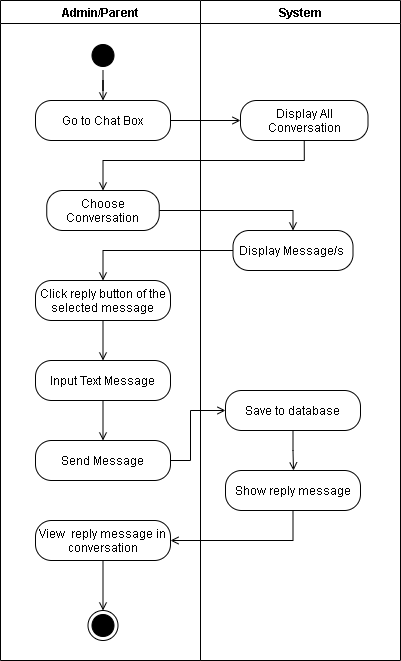
Earlier version of the draw.io export REVISIONS/UML-DIAGRAMS/6-28-2021/ACTIVITY DIAGRAM/30-Reply Message.png (mrklglsn/CAPSTONE-FILES). Source tidied: cells renumbered, new cells last; positions are measured from the earlier drawing's top-left corner, leaving out a move shared by most shapes.
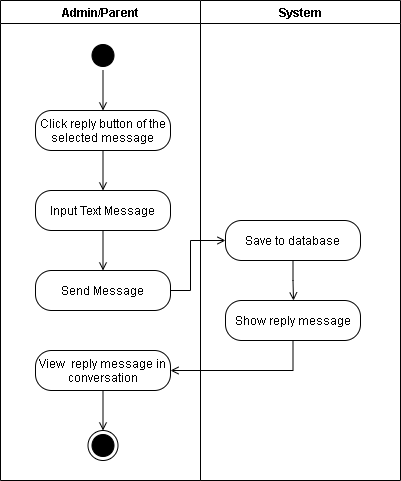
Later version of the same file.

What changed in the source:
```diff
@@ -3,28 +3,22 @@
     <mxCell id="0" />
     <mxCell id="1" parent="0" />
     <mxCell id="2" value="Admin/Parent" style="swimlane;" parent="1" vertex="1">
-      <mxGeometry width="200" height="660" as="geometry" />
+      <mxGeometry width="200" height="480" as="geometry" />
     </mxCell>
-    <mxCell id="3" value="Go to Chat Box" style="rounded=1;whiteSpace=wrap;html=1;arcSize=40;" parent="2" vertex="1">
-      <mxGeometry x="35" y="100" width="135" height="40" as="geometry" />
-    </mxCell>
-    <mxCell id="4" style="edgeStyle=orthogonalEdgeStyle;rounded=0;jettySize=auto;html=1;endArrow=open;endFill=0;entryX=0.5;entryY=0;entryDx=0;entryDy=0;" parent="2" edge="1" source="5" target="3">
+    <mxCell id="4" style="edgeStyle=orthogonalEdgeStyle;rounded=0;jettySize=auto;html=1;endArrow=open;endFill=0;" parent="2" edge="1" source="5" target="8">
       <mxGeometry relative="1" as="geometry" />
     </mxCell>
     <mxCell id="5" style="ellipse;html=1;shape=startState;fillColor=#000000;" parent="2" vertex="1">
       <mxGeometry x="87.5" y="40" width="30" height="30" as="geometry" />
     </mxCell>
-    <mxCell id="6" value="Choose Conversation" style="rounded=1;whiteSpace=wrap;html=1;arcSize=40;" parent="2" vertex="1">
-      <mxGeometry x="46.2" y="190" width="112.5" height="40" as="geometry" />
-    </mxCell>
     <mxCell id="7" style="edgeStyle=orthogonalEdgeStyle;rounded=0;jettySize=auto;html=1;exitX=0.5;exitY=1;exitDx=0;exitDy=0;endArrow=open;endFill=0;" parent="2" edge="1" source="8" target="14">
       <mxGeometry relative="1" as="geometry" />
     </mxCell>
     <mxCell id="8" value="Click reply button of the selected message" style="rounded=1;whiteSpace=wrap;html=1;arcSize=40;" parent="2" vertex="1">
-      <mxGeometry x="35" y="280" width="135" height="40" as="geometry" />
+      <mxGeometry x="35" y="110" width="135" height="40" as="geometry" />
     </mxCell>
     <mxCell id="9" value="Send Message" style="rounded=1;whiteSpace=wrap;html=1;arcSize=40;" parent="2" vertex="1">
-      <mxGeometry x="35" y="440" width="135" height="40" as="geometry" />
+      <mxGeometry x="35" y="270" width="135" height="40" as="geometry" />
     </mxCell>
     <mxCell id="10" style="edgeStyle=orthogonalEdgeStyle;rounded=0;jettySize=auto;html=1;entryX=0.5;entryY=0;entryDx=0;entryDy=0;endArrow=open;endFill=0;exitX=0.5;exitY=1;exitDx=0;exitDy=0;" parent="2" edge="1" source="14" target="9">
       <mxGeometry relative="1" as="geometry" />
@@ -33,57 +27,34 @@
       <mxGeometry relative="1" as="geometry" />
     </mxCell>
     <mxCell id="12" value="View&amp;nbsp; reply message in conversation" style="rounded=1;whiteSpace=wrap;html=1;arcSize=40;" parent="2" vertex="1">
-      <mxGeometry x="35" y="520" width="135" height="40" as="geometry" />
+      <mxGeometry x="35" y="350" width="135" height="40" as="geometry" />
     </mxCell>
     <mxCell id="13" style="ellipse;html=1;shape=endState;fillColor=#000000;rounded=1;" parent="2" vertex="1">
-      <mxGeometry x="87.5" y="610" width="30" height="30" as="geometry" />
+      <mxGeometry x="87.5" y="430" width="30" height="30" as="geometry" />
     </mxCell>
     <mxCell id="14" value="Input Text Message" style="rounded=1;whiteSpace=wrap;html=1;arcSize=40;" parent="2" vertex="1">
-      <mxGeometry x="35" y="360" width="135" height="40" as="geometry" />
+      <mxGeometry x="35" y="190" width="135" height="40" as="geometry" />
     </mxCell>
     <mxCell id="15" value="System" style="swimlane;" parent="1" vertex="1">
-      <mxGeometry x="200" width="200" height="660" as="geometry" />
+      <mxGeometry x="200" width="200" height="480" as="geometry" />
     </mxCell>
-    <mxCell id="16" value="Display All Conversation" style="rounded=1;whiteSpace=wrap;html=1;arcSize=40;" parent="15" vertex="1">
-      <mxGeometry x="40" y="100" width="127.5" height="40" as="geometry" />
-    </mxCell>
     <mxCell id="17" value="Save to database" style="rounded=1;whiteSpace=wrap;html=1;arcSize=40;" parent="15" vertex="1">
-      <mxGeometry x="25" y="390" width="135" height="40" as="geometry" />
+      <mxGeometry x="25" y="220" width="135" height="40" as="geometry" />
     </mxCell>
-    <mxCell id="18" value="Display Message/s&amp;nbsp;" style="rounded=1;whiteSpace=wrap;html=1;arcSize=40;" parent="15" vertex="1">
-      <mxGeometry x="32.5" y="230" width="120" height="40" as="geometry" />
-    </mxCell>
     <mxCell id="19" value="Show reply message" style="rounded=1;whiteSpace=wrap;html=1;arcSize=40;" parent="15" vertex="1">
-      <mxGeometry x="25" y="470" width="135" height="40" as="geometry" />
+      <mxGeometry x="25" y="300" width="135" height="40" as="geometry" />
     </mxCell>
-    <mxCell id="20" style="edgeStyle=orthogonalEdgeStyle;rounded=0;jettySize=auto;html=1;entryX=0;entryY=0.5;entryDx=0;entryDy=0;endArrow=open;endFill=0;" parent="1" edge="1" source="3" target="16">
-      <mxGeometry relative="1" as="geometry" />
-    </mxCell>
     <mxCell id="21" style="edgeStyle=orthogonalEdgeStyle;rounded=0;jettySize=auto;html=1;entryX=0;entryY=0.5;entryDx=0;entryDy=0;endArrow=open;endFill=0;" parent="1" edge="1" source="9" target="17">
       <mxGeometry relative="1" as="geometry">
         <Array as="points">
-          <mxPoint x="190" y="460" />
-          <mxPoint x="190" y="410" />
+          <mxPoint x="190" y="290" />
+          <mxPoint x="190" y="240" />
         </Array>
       </mxGeometry>
     </mxCell>
-    <mxCell id="22" style="edgeStyle=orthogonalEdgeStyle;rounded=0;jettySize=auto;html=1;entryX=0.5;entryY=0;entryDx=0;entryDy=0;exitX=0.5;exitY=1;exitDx=0;exitDy=0;endArrow=open;endFill=0;" parent="1" edge="1" source="16" target="6">
-      <mxGeometry relative="1" as="geometry">
-        <Array as="points">
-          <mxPoint x="304" y="160" />
-          <mxPoint x="103" y="160" />
-        </Array>
-      </mxGeometry>
-    </mxCell>
-    <mxCell id="23" style="edgeStyle=orthogonalEdgeStyle;rounded=0;jettySize=auto;html=1;entryX=0.5;entryY=0;entryDx=0;entryDy=0;endArrow=open;endFill=0;" parent="1" edge="1" source="6" target="18">
-      <mxGeometry relative="1" as="geometry" />
-    </mxCell>
-    <mxCell id="24" style="edgeStyle=orthogonalEdgeStyle;rounded=0;jettySize=auto;html=1;entryX=0.5;entryY=0;entryDx=0;entryDy=0;endArrow=open;endFill=0;" parent="1" edge="1" source="18" target="8">
-      <mxGeometry relative="1" as="geometry" />
-    </mxCell>
     <mxCell id="25" style="edgeStyle=orthogonalEdgeStyle;rounded=0;jettySize=auto;html=1;exitX=0.5;exitY=1;exitDx=0;exitDy=0;endArrow=open;endFill=0;" parent="1" edge="1" source="17">
       <mxGeometry relative="1" as="geometry">
-        <mxPoint x="293" y="470" as="targetPoint" />
+        <mxPoint x="293" y="300" as="targetPoint" />
       </mxGeometry>
     </mxCell>
     <mxCell id="26" style="edgeStyle=orthogonalEdgeStyle;rounded=0;jettySize=auto;html=1;exitX=0.5;exitY=1;exitDx=0;exitDy=0;endArrow=open;endFill=0;entryX=1;entryY=0.5;entryDx=0;entryDy=0;" parent="1" edge="1" source="19" target="12">
```
